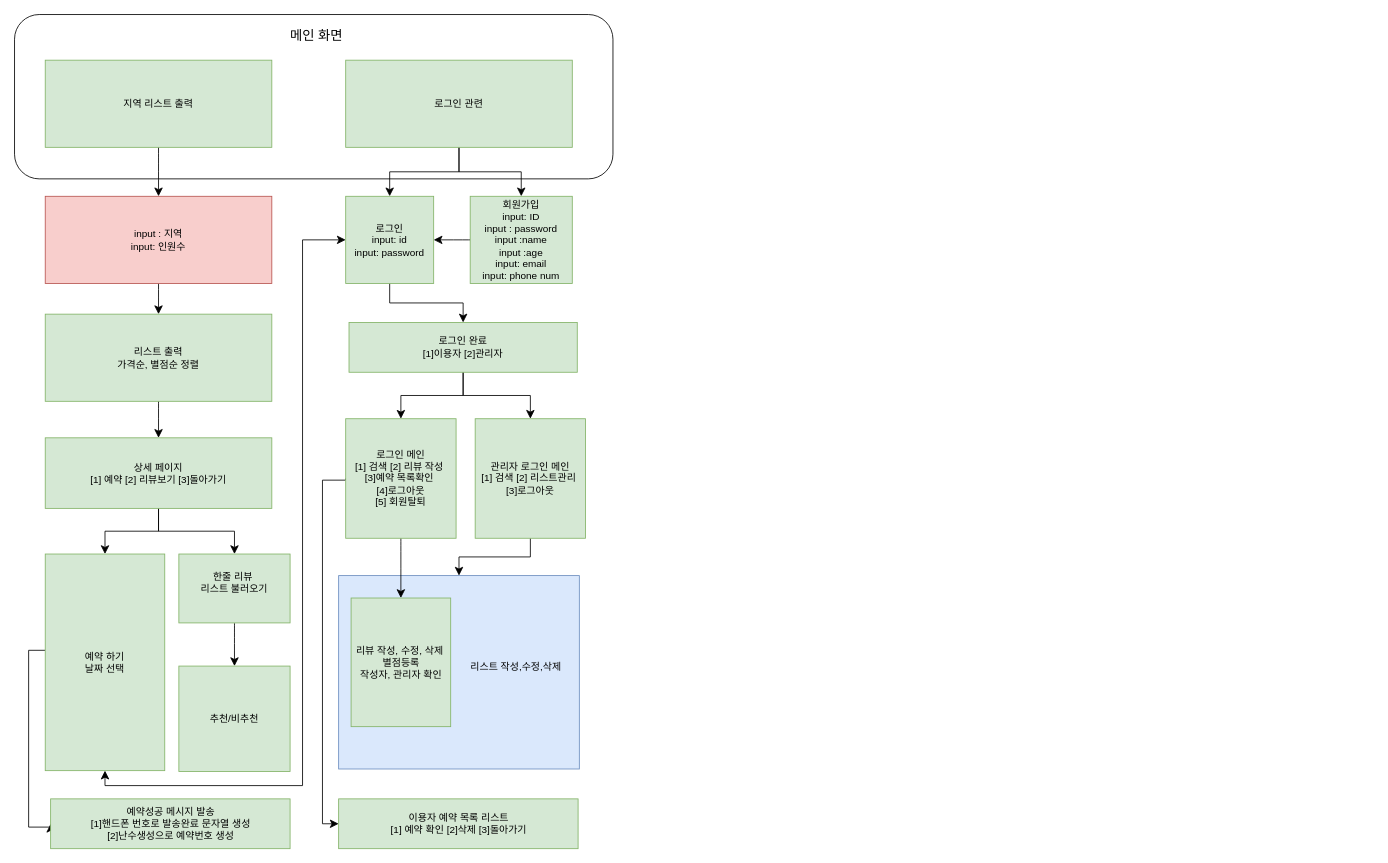
This is 제목 없는 다이어그램.drawio from networkSorcerer/KDT_DB_PROJECT, a draw.io file, before an edit. Source tidied: cells renumbered, new cells numbered last; positions are measured from the earlier drawing's top-left corner, leaving out a move shared by most shapes. Both pictures are drawn from the tidied source at 83%, with x=0, y=0 at pixel (14, 14).
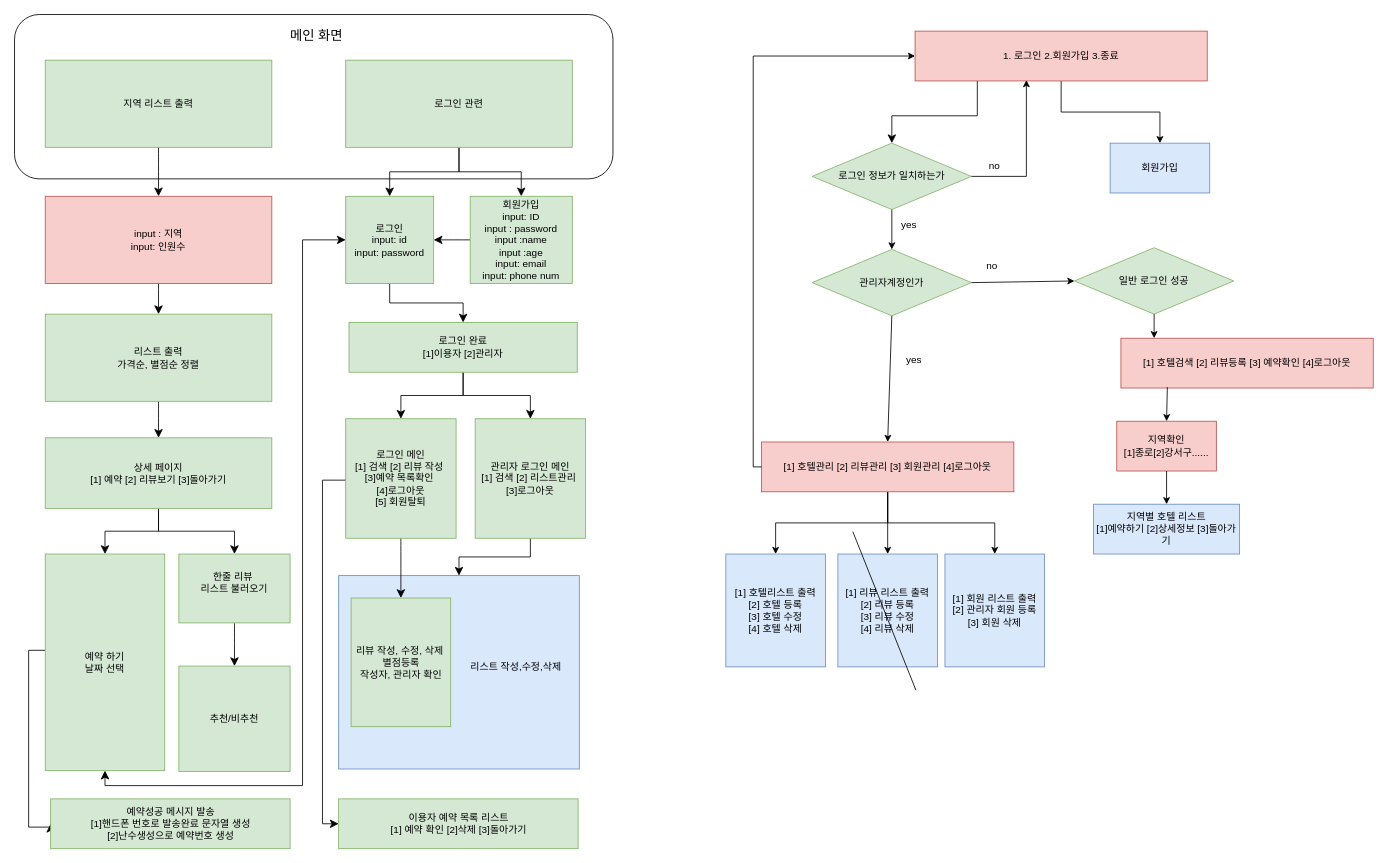
The same page after the edit.

Commit message:
제목 없는 다이어그램.drawio 업데이트

What changed in the source:
```diff
@@
+    <mxCell id="39" style="edgeStyle=orthogonalEdgeStyle;rounded=0;jettySize=auto;html=1;fontSize=12;startSize=8;endSize=8;entryX=0.5;entryY=0;entryDx=0;entryDy=0;" parent="1" edge="1" source="41" target="42">
+      <mxGeometry relative="1" as="geometry">
+        <Array as="points">
+          <mxPoint x="1160" y="122" />
+          <mxPoint x="1057" y="122" />
+        </Array>
+      </mxGeometry>
+    </mxCell>
+    <mxCell id="40" style="edgeStyle=orthogonalEdgeStyle;rounded=0;jettySize=auto;html=1;entryX=0.5;entryY=0;entryDx=0;entryDy=0;" parent="1" edge="1" source="41" target="68">
+      <mxGeometry relative="1" as="geometry" />
+    </mxCell>
+    <mxCell id="41" value="1. 로그인 2.회원가입 3.종료" style="rounded=0;whiteSpace=wrap;html=1;fillColor=#f8cecc;strokeColor=#b85450;" parent="1" vertex="1">
+      <mxGeometry x="1085" y="20" width="352" height="60" as="geometry" />
+    </mxCell>
+    <mxCell id="42" value="로그인 정보가 일치하는가" style="rhombus;whiteSpace=wrap;html=1;fillColor=#d5e8d4;strokeColor=#82b366;" parent="1" vertex="1">
+      <mxGeometry x="961" y="155" width="192" height="80" as="geometry" />
+    </mxCell>
+    <mxCell id="43" style="endArrow=classic;html=1;rounded=0;exitX=0.5;exitY=1;exitDx=0;exitDy=0;entryX=0.5;entryY=0;entryDx=0;entryDy=0;" parent="1" edge="1" source="42" target="47">
+      <mxGeometry relative="1" as="geometry" />
+    </mxCell>
+    <mxCell id="44" style="endArrow=classic;html=1;rounded=0;exitX=1;exitY=0.5;exitDx=0;exitDy=0;entryX=0.381;entryY=0.983;entryDx=0;entryDy=0;entryPerimeter=0;edgeStyle=orthogonalEdgeStyle;" parent="1" edge="1" source="42" target="41">
+      <mxGeometry relative="1" as="geometry" />
+    </mxCell>
+    <mxCell id="45" value="no" style="text;html=1;align=center;verticalAlign=middle;whiteSpace=wrap;rounded=0;" parent="1" vertex="1">
+      <mxGeometry x="1151" y="168" width="60" height="30" as="geometry" />
+    </mxCell>
+    <mxCell id="46" value="yes" style="text;html=1;align=center;verticalAlign=middle;whiteSpace=wrap;rounded=0;" parent="1" vertex="1">
+      <mxGeometry x="1048" y="239" width="60" height="30" as="geometry" />
+    </mxCell>
+    <mxCell id="47" value="관리자계정인가" style="rhombus;whiteSpace=wrap;html=1;fillColor=#d5e8d4;strokeColor=#82b366;" parent="1" vertex="1">
+      <mxGeometry x="961" y="283" width="192" height="80" as="geometry" />
+    </mxCell>
+    <mxCell id="48" style="endArrow=classic;html=1;rounded=0;exitX=0.5;exitY=1;exitDx=0;exitDy=0;entryX=0.5;entryY=0;entryDx=0;entryDy=0;" parent="1" edge="1" source="47" target="57">
+      <mxGeometry relative="1" as="geometry" />
+    </mxCell>
+    <mxCell id="49" style="endArrow=classic;html=1;rounded=0;exitX=1;exitY=0.5;exitDx=0;exitDy=0;entryX=0;entryY=0.5;entryDx=0;entryDy=0;" parent="1" edge="1" source="47" target="52">
+      <mxGeometry relative="1" as="geometry" />
+    </mxCell>
+    <mxCell id="50" value="yes" style="text;html=1;align=center;verticalAlign=middle;whiteSpace=wrap;rounded=0;" parent="1" vertex="1">
+      <mxGeometry x="1054" y="401" width="60" height="30" as="geometry" />
+    </mxCell>
+    <mxCell id="51" value="no" style="text;html=1;align=center;verticalAlign=middle;whiteSpace=wrap;rounded=0;" parent="1" vertex="1">
+      <mxGeometry x="1148" y="288" width="60" height="30" as="geometry" />
+    </mxCell>
+    <mxCell id="52" value="일반 로그인 성공" style="rhombus;whiteSpace=wrap;html=1;fillColor=#d5e8d4;strokeColor=#82b366;" parent="1" vertex="1">
+      <mxGeometry x="1277" y="281" width="192" height="80" as="geometry" />
+    </mxCell>
+    <mxCell id="53" style="endArrow=classic;html=1;rounded=0;exitX=0.5;exitY=1;exitDx=0;exitDy=0;entryX=0.5;entryY=0;entryDx=0;entryDy=0;" parent="1" edge="1" source="52">
+      <mxGeometry relative="1" as="geometry">
+        <mxPoint x="1373" y="390" as="targetPoint" />
+      </mxGeometry>
+    </mxCell>
+    <mxCell id="54" style="edgeStyle=orthogonalEdgeStyle;rounded=0;jettySize=auto;html=1;" parent="1" edge="1" source="57" target="58">
+      <mxGeometry relative="1" as="geometry" />
+    </mxCell>
+    <mxCell id="55" style="edgeStyle=orthogonalEdgeStyle;rounded=0;jettySize=auto;html=1;" parent="1" edge="1" source="57" target="59">
+      <mxGeometry relative="1" as="geometry" />
+    </mxCell>
+    <mxCell id="56" style="edgeStyle=orthogonalEdgeStyle;rounded=0;jettySize=auto;html=1;" parent="1" edge="1" source="57" target="60">
+      <mxGeometry relative="1" as="geometry" />
+    </mxCell>
+    <mxCell id="57" value="[1] 호텔관리 [2] 리뷰관리 [3] 회원관리 [4]로그아웃" style="rounded=0;whiteSpace=wrap;html=1;fillColor=#f8cecc;strokeColor=#b85450;" parent="1" vertex="1">
+      <mxGeometry x="900" y="515" width="304" height="60" as="geometry" />
+    </mxCell>
+    <mxCell id="58" value="[1] 호텔리스트 출력&lt;div&gt;[2] 호텔 등록&lt;/div&gt;&lt;div&gt;[3] 호텔 수정&lt;/div&gt;&lt;div&gt;[4] 호텔 삭제&lt;/div&gt;" style="rounded=0;whiteSpace=wrap;html=1;fillColor=#dae8fc;strokeColor=#6c8ebf;" parent="1" vertex="1">
+      <mxGeometry x="857" y="650" width="120" height="136" as="geometry" />
+    </mxCell>
+    <mxCell id="59" value="[1] 리뷰 리스트 출력&lt;div&gt;[2] 리뷰 등록&lt;/div&gt;&lt;div&gt;[3] 리뷰 수정&lt;/div&gt;&lt;div&gt;[4] 리뷰 삭제&lt;/div&gt;" style="rounded=0;whiteSpace=wrap;html=1;fillColor=#dae8fc;strokeColor=#6c8ebf;" parent="1" vertex="1">
+      <mxGeometry x="992" y="650" width="120" height="136" as="geometry" />
+    </mxCell>
+    <mxCell id="60" value="[1] 회원 리스트 출력&lt;div&gt;[2] 관리자 회원 등록&lt;/div&gt;&lt;div&gt;[3] 회원 삭제&lt;/div&gt;" style="rounded=0;whiteSpace=wrap;html=1;fillColor=#dae8fc;strokeColor=#6c8ebf;" parent="1" vertex="1">
+      <mxGeometry x="1121" y="650" width="120" height="136" as="geometry" />
+    </mxCell>
+    <mxCell id="61" style="endArrow=classic;html=1;rounded=0;exitX=0;exitY=0.5;exitDx=0;exitDy=0;entryX=0;entryY=0.5;entryDx=0;entryDy=0;edgeStyle=orthogonalEdgeStyle;" parent="1" edge="1" source="57" target="41">
+      <mxGeometry relative="1" as="geometry" />
+    </mxCell>
+    <mxCell id="62" style="endArrow=none;html=1;rounded=0;" parent="1" edge="1">
+      <mxGeometry relative="1" as="geometry">
+        <mxPoint x="1086" y="814" as="sourcePoint" />
+        <mxPoint x="1010" y="623" as="targetPoint" />
+      </mxGeometry>
+    </mxCell>
+    <mxCell id="63" value="[1] 호텔검색 [2] 리뷰등록 [3] 예약확인 [4]로그아웃" style="rounded=0;whiteSpace=wrap;html=1;fillColor=#f8cecc;strokeColor=#b85450;" parent="1" vertex="1">
+      <mxGeometry x="1333" y="390" width="304" height="60" as="geometry" />
+    </mxCell>
+    <mxCell id="64" value="지역별 호텔 리스트&lt;div&gt;[1]예약하기 [2]상세정보 [3]돌아가기&lt;/div&gt;" style="rounded=0;whiteSpace=wrap;html=1;fillColor=#dae8fc;strokeColor=#6c8ebf;" parent="1" vertex="1">
+      <mxGeometry x="1300" y="590" width="176" height="60" as="geometry" />
+    </mxCell>
+    <mxCell id="65" style="endArrow=classic;html=1;rounded=0;entryX=0.5;entryY=0;entryDx=0;entryDy=0;exitX=0.184;exitY=0.983;exitDx=0;exitDy=0;exitPerimeter=0;" parent="1" edge="1" source="63" target="66">
+      <mxGeometry relative="1" as="geometry" />
+    </mxCell>
+    <mxCell id="66" value="지역확인&lt;div&gt;[1]종로[2]강서구......&lt;/div&gt;" style="rounded=0;whiteSpace=wrap;html=1;fillColor=#f8cecc;strokeColor=#b85450;" parent="1" vertex="1">
+      <mxGeometry x="1328" y="490" width="120" height="60" as="geometry" />
+    </mxCell>
+    <mxCell id="67" style="endArrow=classic;html=1;rounded=0;exitX=0.5;exitY=1;exitDx=0;exitDy=0;entryX=0.5;entryY=0;entryDx=0;entryDy=0;" parent="1" edge="1" source="66" target="64">
+      <mxGeometry relative="1" as="geometry" />
+    </mxCell>
+    <mxCell id="68" value="회원가입" style="rounded=0;whiteSpace=wrap;html=1;fillColor=#dae8fc;strokeColor=#6c8ebf;" parent="1" vertex="1">
+      <mxGeometry x="1320" y="155" width="120" height="60" as="geometry" />
+    </mxCell>
```
